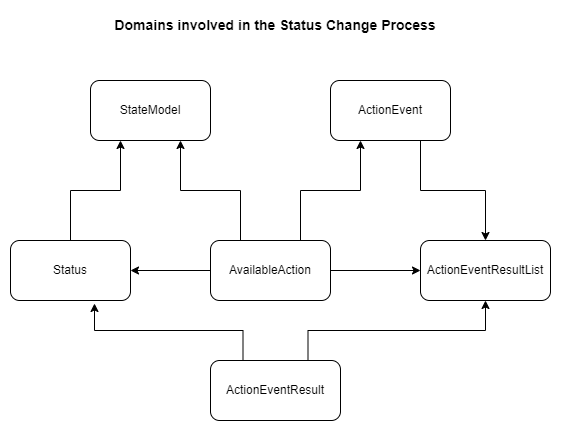
Earlier version of the draw.io export service/docs/StateChangeDomains.png (openlibraryenvironment/mod-rs). Source tidied: cells renumbered, new cells last; positions are measured from the earlier drawing's top-left corner, leaving out a move shared by most shapes. Its diagram source:
```xml
<mxGraphModel>
  <root>
    <mxCell id="0" />
    <mxCell id="1" parent="0" />
    <mxCell id="2" value="StateModel" style="rounded=1;whiteSpace=wrap;html=1;" parent="1" vertex="1">
      <mxGeometry x="80" y="70" width="120" height="60" as="geometry" />
    </mxCell>
    <mxCell id="3" style="edgeStyle=orthogonalEdgeStyle;rounded=0;jettySize=auto;html=1;entryX=0.25;entryY=1;entryDx=0;entryDy=0;" parent="1" edge="1" source="4" target="2">
      <mxGeometry relative="1" as="geometry" />
    </mxCell>
    <mxCell id="4" value="Status" style="rounded=1;whiteSpace=wrap;html=1;" parent="1" vertex="1">
      <mxGeometry y="230" width="120" height="60" as="geometry" />
    </mxCell>
    <mxCell id="5" style="edgeStyle=orthogonalEdgeStyle;rounded=0;jettySize=auto;html=1;exitX=0.75;exitY=1;exitDx=0;exitDy=0;entryX=0.5;entryY=0;entryDx=0;entryDy=0;" parent="1" edge="1" source="6" target="7">
      <mxGeometry relative="1" as="geometry" />
    </mxCell>
    <mxCell id="6" value="ActionEvent" style="rounded=1;whiteSpace=wrap;html=1;" parent="1" vertex="1">
      <mxGeometry x="320" y="70" width="120" height="60" as="geometry" />
    </mxCell>
    <mxCell id="7" value="ActionEventResultList" style="rounded=1;whiteSpace=wrap;html=1;" parent="1" vertex="1">
      <mxGeometry x="410" y="230" width="130" height="60" as="geometry" />
    </mxCell>
    <mxCell id="8" style="edgeStyle=orthogonalEdgeStyle;rounded=0;jettySize=auto;html=1;exitX=1;exitY=0.5;exitDx=0;exitDy=0;entryX=0;entryY=0.5;entryDx=0;entryDy=0;" parent="1" edge="1" source="12" target="7">
      <mxGeometry relative="1" as="geometry" />
    </mxCell>
    <mxCell id="9" style="edgeStyle=orthogonalEdgeStyle;rounded=0;jettySize=auto;html=1;exitX=0;exitY=0.5;exitDx=0;exitDy=0;entryX=1;entryY=0.5;entryDx=0;entryDy=0;" parent="1" edge="1" source="12" target="4">
      <mxGeometry relative="1" as="geometry" />
    </mxCell>
    <mxCell id="10" style="edgeStyle=orthogonalEdgeStyle;rounded=0;jettySize=auto;html=1;exitX=0.25;exitY=0;exitDx=0;exitDy=0;entryX=0.75;entryY=1;entryDx=0;entryDy=0;" parent="1" edge="1" source="12" target="2">
      <mxGeometry relative="1" as="geometry" />
    </mxCell>
    <mxCell id="11" style="edgeStyle=orthogonalEdgeStyle;rounded=0;jettySize=auto;html=1;exitX=0.75;exitY=0;exitDx=0;exitDy=0;entryX=0.25;entryY=1;entryDx=0;entryDy=0;" parent="1" edge="1" source="12" target="6">
      <mxGeometry relative="1" as="geometry" />
    </mxCell>
    <mxCell id="12" value="AvailableAction" style="rounded=1;whiteSpace=wrap;html=1;" parent="1" vertex="1">
      <mxGeometry x="200" y="230" width="120" height="60" as="geometry" />
    </mxCell>
    <mxCell id="13" style="edgeStyle=orthogonalEdgeStyle;rounded=0;jettySize=auto;html=1;exitX=0.25;exitY=0;exitDx=0;exitDy=0;entryX=0.7;entryY=1.05;entryDx=0;entryDy=0;entryPerimeter=0;" parent="1" edge="1" source="15" target="4">
      <mxGeometry relative="1" as="geometry" />
    </mxCell>
    <mxCell id="14" style="edgeStyle=orthogonalEdgeStyle;rounded=0;jettySize=auto;html=1;exitX=0.75;exitY=0;exitDx=0;exitDy=0;entryX=0.5;entryY=1;entryDx=0;entryDy=0;" parent="1" edge="1" source="15" target="7">
      <mxGeometry relative="1" as="geometry" />
    </mxCell>
    <mxCell id="15" value="ActionEventResult" style="rounded=1;whiteSpace=wrap;html=1;" parent="1" vertex="1">
      <mxGeometry x="200" y="350" width="130" height="60" as="geometry" />
    </mxCell>
    <mxCell id="16" value="Domains involved in the Status Change Process" style="text;html=1;strokeColor=none;fillColor=none;align=center;verticalAlign=middle;whiteSpace=wrap;rounded=0;fontStyle=1;fontSize=14;" parent="1" vertex="1">
      <mxGeometry x="85" width="360" height="30" as="geometry" />
    </mxCell>
  </root>
</mxGraphModel>
```
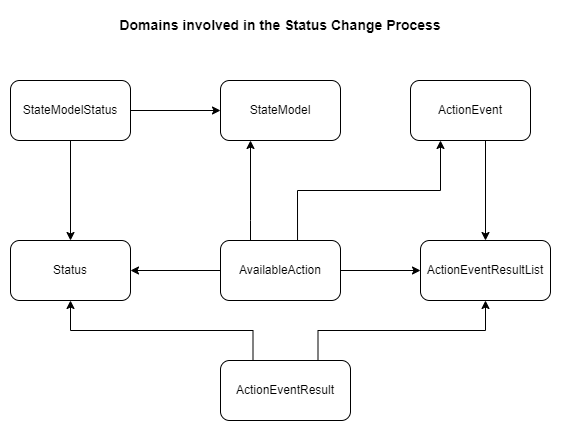
The same diagram one commit later.

Commit message:
Added the diagram that shows which domains are in use for state changes

Diff of the diagram source:
```diff
@@ -3,22 +3,24 @@
     <mxCell id="0" />
     <mxCell id="1" parent="0" />
     <mxCell id="2" value="StateModel" style="rounded=1;whiteSpace=wrap;html=1;" parent="1" vertex="1">
-      <mxGeometry x="80" y="70" width="120" height="60" as="geometry" />
+      <mxGeometry x="120" y="70" width="120" height="60" as="geometry" />
     </mxCell>
-    <mxCell id="3" style="edgeStyle=orthogonalEdgeStyle;rounded=0;jettySize=auto;html=1;entryX=0.25;entryY=1;entryDx=0;entryDy=0;" parent="1" edge="1" source="4" target="2">
-      <mxGeometry relative="1" as="geometry" />
-    </mxCell>
     <mxCell id="4" value="Status" style="rounded=1;whiteSpace=wrap;html=1;" parent="1" vertex="1">
-      <mxGeometry y="230" width="120" height="60" as="geometry" />
+      <mxGeometry x="-90" y="230" width="120" height="60" as="geometry" />
     </mxCell>
-    <mxCell id="5" style="edgeStyle=orthogonalEdgeStyle;rounded=0;jettySize=auto;html=1;exitX=0.75;exitY=1;exitDx=0;exitDy=0;entryX=0.5;entryY=0;entryDx=0;entryDy=0;" parent="1" edge="1" source="6" target="7">
-      <mxGeometry relative="1" as="geometry" />
+    <mxCell id="5" style="edgeStyle=orthogonalEdgeStyle;rounded=0;jettySize=auto;html=1;entryX=0.5;entryY=0;entryDx=0;entryDy=0;" parent="1" edge="1" target="7">
+      <mxGeometry relative="1" as="geometry">
+        <mxPoint x="390" y="130" as="sourcePoint" />
+        <Array as="points">
+          <mxPoint x="385" y="130" />
+        </Array>
+      </mxGeometry>
     </mxCell>
     <mxCell id="6" value="ActionEvent" style="rounded=1;whiteSpace=wrap;html=1;" parent="1" vertex="1">
-      <mxGeometry x="320" y="70" width="120" height="60" as="geometry" />
+      <mxGeometry x="310" y="70" width="120" height="60" as="geometry" />
     </mxCell>
     <mxCell id="7" value="ActionEventResultList" style="rounded=1;whiteSpace=wrap;html=1;" parent="1" vertex="1">
-      <mxGeometry x="410" y="230" width="130" height="60" as="geometry" />
+      <mxGeometry x="320" y="230" width="130" height="60" as="geometry" />
     </mxCell>
     <mxCell id="8" style="edgeStyle=orthogonalEdgeStyle;rounded=0;jettySize=auto;html=1;exitX=1;exitY=0.5;exitDx=0;exitDy=0;entryX=0;entryY=0.5;entryDx=0;entryDy=0;" parent="1" edge="1" source="12" target="7">
       <mxGeometry relative="1" as="geometry" />
@@ -26,26 +28,45 @@
     <mxCell id="9" style="edgeStyle=orthogonalEdgeStyle;rounded=0;jettySize=auto;html=1;exitX=0;exitY=0.5;exitDx=0;exitDy=0;entryX=1;entryY=0.5;entryDx=0;entryDy=0;" parent="1" edge="1" source="12" target="4">
       <mxGeometry relative="1" as="geometry" />
     </mxCell>
-    <mxCell id="10" style="edgeStyle=orthogonalEdgeStyle;rounded=0;jettySize=auto;html=1;exitX=0.25;exitY=0;exitDx=0;exitDy=0;entryX=0.75;entryY=1;entryDx=0;entryDy=0;" parent="1" edge="1" source="12" target="2">
-      <mxGeometry relative="1" as="geometry" />
+    <mxCell id="10" style="edgeStyle=orthogonalEdgeStyle;rounded=0;jettySize=auto;html=1;exitX=0.25;exitY=0;exitDx=0;exitDy=0;entryX=0.25;entryY=1;entryDx=0;entryDy=0;" parent="1" edge="1" source="12" target="2">
+      <mxGeometry relative="1" as="geometry">
+        <Array as="points">
+          <mxPoint x="150" y="210" />
+          <mxPoint x="150" y="210" />
+        </Array>
+      </mxGeometry>
     </mxCell>
-    <mxCell id="11" style="edgeStyle=orthogonalEdgeStyle;rounded=0;jettySize=auto;html=1;exitX=0.75;exitY=0;exitDx=0;exitDy=0;entryX=0.25;entryY=1;entryDx=0;entryDy=0;" parent="1" edge="1" source="12" target="6">
-      <mxGeometry relative="1" as="geometry" />
+    <mxCell id="11" style="edgeStyle=orthogonalEdgeStyle;rounded=0;jettySize=auto;html=1;exitX=0.642;exitY=0.017;exitDx=0;exitDy=0;entryX=0.25;entryY=1;entryDx=0;entryDy=0;exitPerimeter=0;" parent="1" edge="1" source="12" target="6">
+      <mxGeometry relative="1" as="geometry">
+        <Array as="points">
+          <mxPoint x="197" y="180" />
+          <mxPoint x="340" y="180" />
+        </Array>
+      </mxGeometry>
     </mxCell>
     <mxCell id="12" value="AvailableAction" style="rounded=1;whiteSpace=wrap;html=1;" parent="1" vertex="1">
-      <mxGeometry x="200" y="230" width="120" height="60" as="geometry" />
+      <mxGeometry x="120" y="230" width="120" height="60" as="geometry" />
     </mxCell>
-    <mxCell id="13" style="edgeStyle=orthogonalEdgeStyle;rounded=0;jettySize=auto;html=1;exitX=0.25;exitY=0;exitDx=0;exitDy=0;entryX=0.7;entryY=1.05;entryDx=0;entryDy=0;entryPerimeter=0;" parent="1" edge="1" source="15" target="4">
+    <mxCell id="13" style="edgeStyle=orthogonalEdgeStyle;rounded=0;jettySize=auto;html=1;exitX=0.25;exitY=0;exitDx=0;exitDy=0;entryX=0.5;entryY=1;entryDx=0;entryDy=0;" parent="1" edge="1" source="15" target="4">
       <mxGeometry relative="1" as="geometry" />
     </mxCell>
     <mxCell id="14" style="edgeStyle=orthogonalEdgeStyle;rounded=0;jettySize=auto;html=1;exitX=0.75;exitY=0;exitDx=0;exitDy=0;entryX=0.5;entryY=1;entryDx=0;entryDy=0;" parent="1" edge="1" source="15" target="7">
       <mxGeometry relative="1" as="geometry" />
     </mxCell>
     <mxCell id="15" value="ActionEventResult" style="rounded=1;whiteSpace=wrap;html=1;" parent="1" vertex="1">
-      <mxGeometry x="200" y="350" width="130" height="60" as="geometry" />
+      <mxGeometry x="120" y="350" width="130" height="60" as="geometry" />
     </mxCell>
     <mxCell id="16" value="Domains involved in the Status Change Process" style="text;html=1;strokeColor=none;fillColor=none;align=center;verticalAlign=middle;whiteSpace=wrap;rounded=0;fontStyle=1;fontSize=14;" parent="1" vertex="1">
-      <mxGeometry x="85" width="360" height="30" as="geometry" />
+      <mxGeometry width="360" height="30" as="geometry" />
     </mxCell>
+    <mxCell id="17" style="edgeStyle=orthogonalEdgeStyle;rounded=0;jettySize=auto;html=1;entryX=0;entryY=0.5;entryDx=0;entryDy=0;" parent="1" edge="1" source="19" target="2">
+      <mxGeometry relative="1" as="geometry" />
+    </mxCell>
+    <mxCell id="18" style="edgeStyle=orthogonalEdgeStyle;rounded=0;jettySize=auto;html=1;" parent="1" edge="1" source="19" target="4">
+      <mxGeometry relative="1" as="geometry" />
+    </mxCell>
+    <mxCell id="19" value="StateModelStatus" style="rounded=1;whiteSpace=wrap;html=1;" parent="1" vertex="1">
+      <mxGeometry x="-90" y="70" width="120" height="60" as="geometry" />
+    </mxCell>
   </root>
 </mxGraphModel>
```
